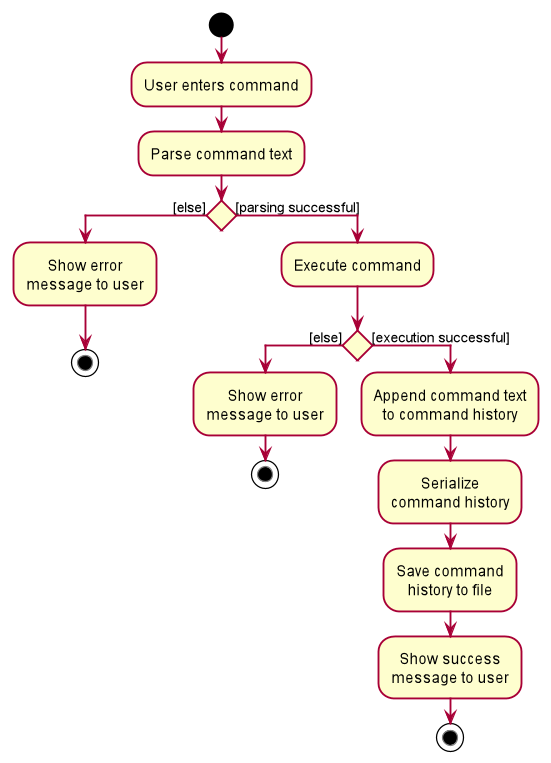
Above: docs/images/commandhistory/CommandHistoryStorageActivityDiagram.png in nus-cs2103-AY2021S2/tp (PlantUML), before the change. The source it was exported from:
```plantuml
@startuml
!include ../style.puml
start
:User enters command;
:Parse command text;
if () then ([else])
:Show error
message to user;
stop
else ([parsing successful])
:Execute command;
if () then ([else])
:Show error
message to user;
stop
else ([execution successful])
:Append command text
to command history;
:Serialize
command history;
:Save command
history to file;
:Show success
message to user;
stop
endif
endif
@enduml
```
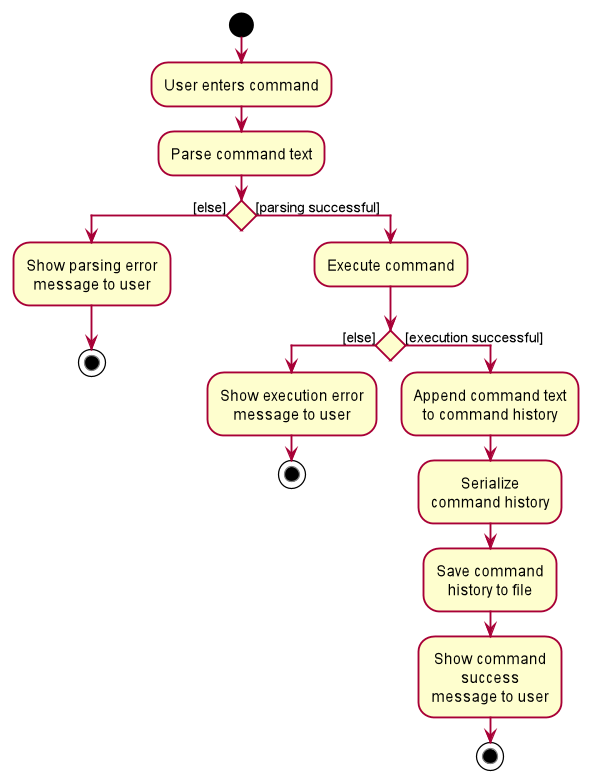
After the change.

Commit message:
Docs(DG): Update command history activity diagram

Diff of the diagram source:
```diff
@@ -4,13 +4,13 @@
 :User enters command;
 :Parse command text;
 if () then ([else])
-:Show error
+:Show parsing error
 message to user;
 stop
 else ([parsing successful])
 :Execute command;
 if () then ([else])
-:Show error
+:Show execution error
 message to user;
 stop
 else ([execution successful])
@@ -20,7 +20,8 @@
 command history;
 :Save command
 history to file;
-:Show success
+:Show command
+success
 message to user;
 stop
 endif
```
